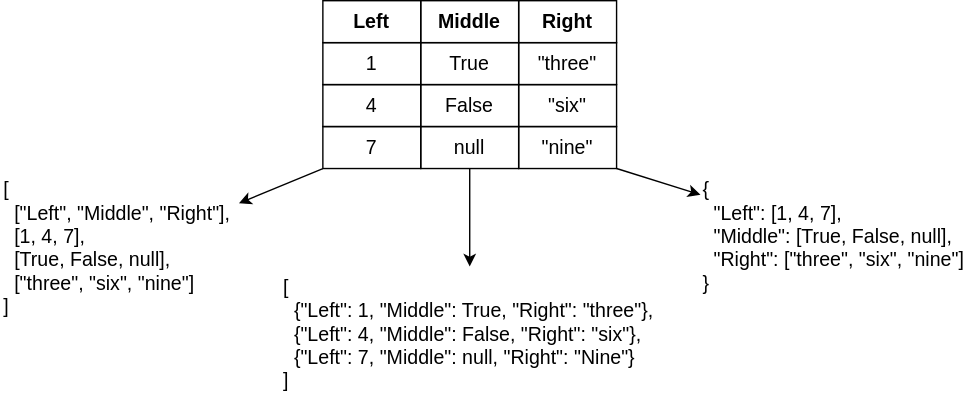
Earlier version of the draw.io export docs/http/http_json_tables.svg (gvwilson/sys-tutorial). Source tidied: cells renumbered, new cells last; positions are measured from the earlier drawing's top-left corner, leaving out a move shared by most shapes.
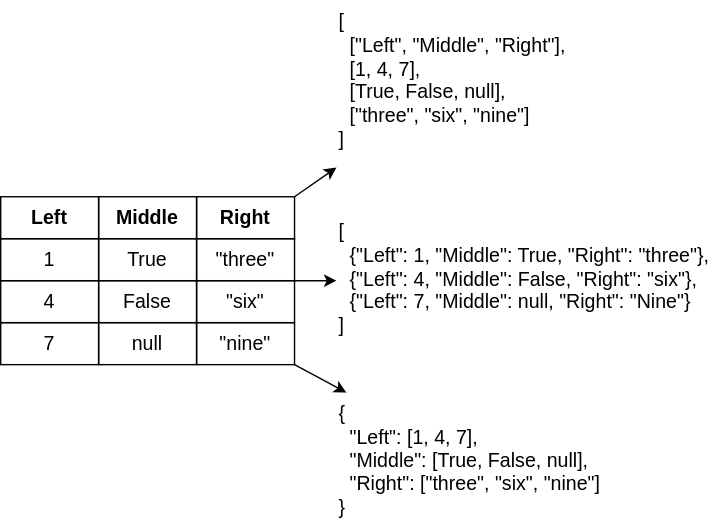
Above is the later version.

Diff of the diagram source:
```diff
@@ -39,18 +39,18 @@
       <mxGeometry x="370" y="90" width="70" height="30" as="geometry" />
     </mxCell>
     <mxCell id="14" value="[&lt;div style=&quot;font-size: 14px;&quot;&gt;&amp;nbsp; [&quot;Left&quot;, &quot;Middle&quot;, &quot;Right&quot;],&lt;/div&gt;&lt;div style=&quot;font-size: 14px;&quot;&gt;&amp;nbsp; [1, 4, 7],&lt;/div&gt;&lt;div style=&quot;font-size: 14px;&quot;&gt;&amp;nbsp; [True, False, null],&lt;/div&gt;&lt;div style=&quot;font-size: 14px;&quot;&gt;&amp;nbsp; [&quot;three&quot;, &quot;six&quot;, &quot;nine&quot;]&lt;/div&gt;&lt;div style=&quot;font-size: 14px;&quot;&gt;]&lt;/div&gt;" style="text;html=1;align=left;verticalAlign=top;whiteSpace=wrap;rounded=0;fontSize=14;" parent="1" vertex="1">
-      <mxGeometry y="120" width="170" height="120" as="geometry" />
+      <mxGeometry x="470" y="-140" width="170" height="120" as="geometry" />
     </mxCell>
     <mxCell id="15" value="[&lt;div style=&quot;font-size: 14px;&quot;&gt;&amp;nbsp; {&quot;Left&quot;: 1, &quot;Middle&quot;: True, &quot;Right&quot;: &quot;three&quot;},&lt;/div&gt;&lt;div style=&quot;font-size: 14px;&quot;&gt;&amp;nbsp; {&quot;Left&quot;: 4, &quot;Middle&quot;: False, &quot;Right&quot;: &quot;six&quot;},&lt;/div&gt;&lt;div style=&quot;font-size: 14px;&quot;&gt;&amp;nbsp; {&quot;Left&quot;: 7, &quot;Middle&quot;: null, &quot;Right&quot;: &quot;Nine&quot;}&lt;/div&gt;&lt;div style=&quot;font-size: 14px;&quot;&gt;]&lt;/div&gt;" style="text;html=1;align=left;verticalAlign=top;whiteSpace=wrap;rounded=0;fontSize=14;" parent="1" vertex="1">
-      <mxGeometry x="200" y="190" width="270" height="100" as="geometry" />
+      <mxGeometry x="470" y="10" width="270" height="100" as="geometry" />
     </mxCell>
     <mxCell id="16" value="{&lt;div style=&quot;font-size: 14px;&quot;&gt;&amp;nbsp; &quot;Left&quot;: [1, 4, 7],&lt;/div&gt;&lt;div style=&quot;font-size: 14px;&quot;&gt;&amp;nbsp; &quot;Middle&quot;: [True, False, null],&lt;/div&gt;&lt;div style=&quot;font-size: 14px;&quot;&gt;&amp;nbsp; &quot;Right&quot;: [&quot;three&quot;, &quot;six&quot;, &quot;nine&quot;]&lt;/div&gt;&lt;div style=&quot;font-size: 14px;&quot;&gt;}&lt;/div&gt;" style="text;html=1;align=left;verticalAlign=top;whiteSpace=wrap;rounded=0;fontSize=14;" parent="1" vertex="1">
-      <mxGeometry x="500" y="120" width="200" height="100" as="geometry" />
+      <mxGeometry x="470" y="140" width="200" height="100" as="geometry" />
     </mxCell>
-    <mxCell id="17" style="endArrow=classic;html=1;rounded=0;exitX=0;exitY=1;exitDx=0;exitDy=0;fontSize=14;" parent="1" edge="1" source="11" target="14">
+    <mxCell id="17" style="endArrow=classic;html=1;rounded=0;exitX=1;exitY=0;exitDx=0;exitDy=0;fontSize=14;" parent="1" edge="1" source="4" target="14">
       <mxGeometry relative="1" as="geometry" />
     </mxCell>
-    <mxCell id="18" style="endArrow=classic;html=1;rounded=0;exitX=0.5;exitY=1;exitDx=0;exitDy=0;fontSize=14;" parent="1" edge="1" source="12" target="15">
+    <mxCell id="18" style="endArrow=classic;html=1;rounded=0;exitX=1;exitY=0;exitDx=0;exitDy=0;fontSize=14;" parent="1" edge="1" source="10" target="15">
       <mxGeometry relative="1" as="geometry" />
     </mxCell>
     <mxCell id="19" style="endArrow=classic;html=1;rounded=0;exitX=1;exitY=1;exitDx=0;exitDy=0;fontSize=14;" parent="1" edge="1" source="13" target="16">
```
